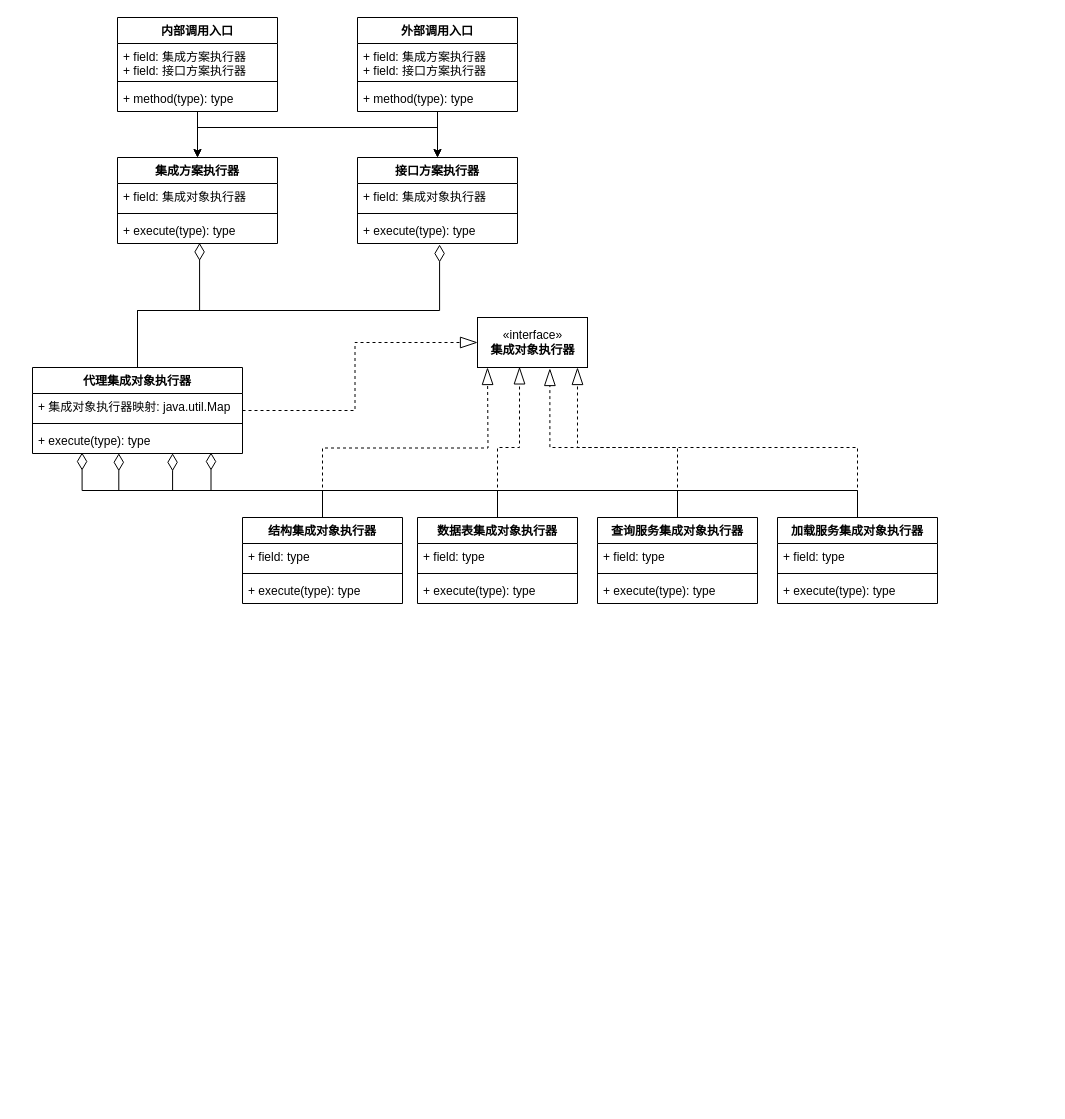
Above: Integration.drawio in Pyr0man1ac/draw.io (draw.io), before the change. Source tidied: cells renumbered, new cells numbered last; positions are measured from the earlier drawing's top-left corner, leaving out a move shared by most shapes. Both pictures are drawn from the tidied source at 100%, with x=0, y=0 at pixel (32, 17).
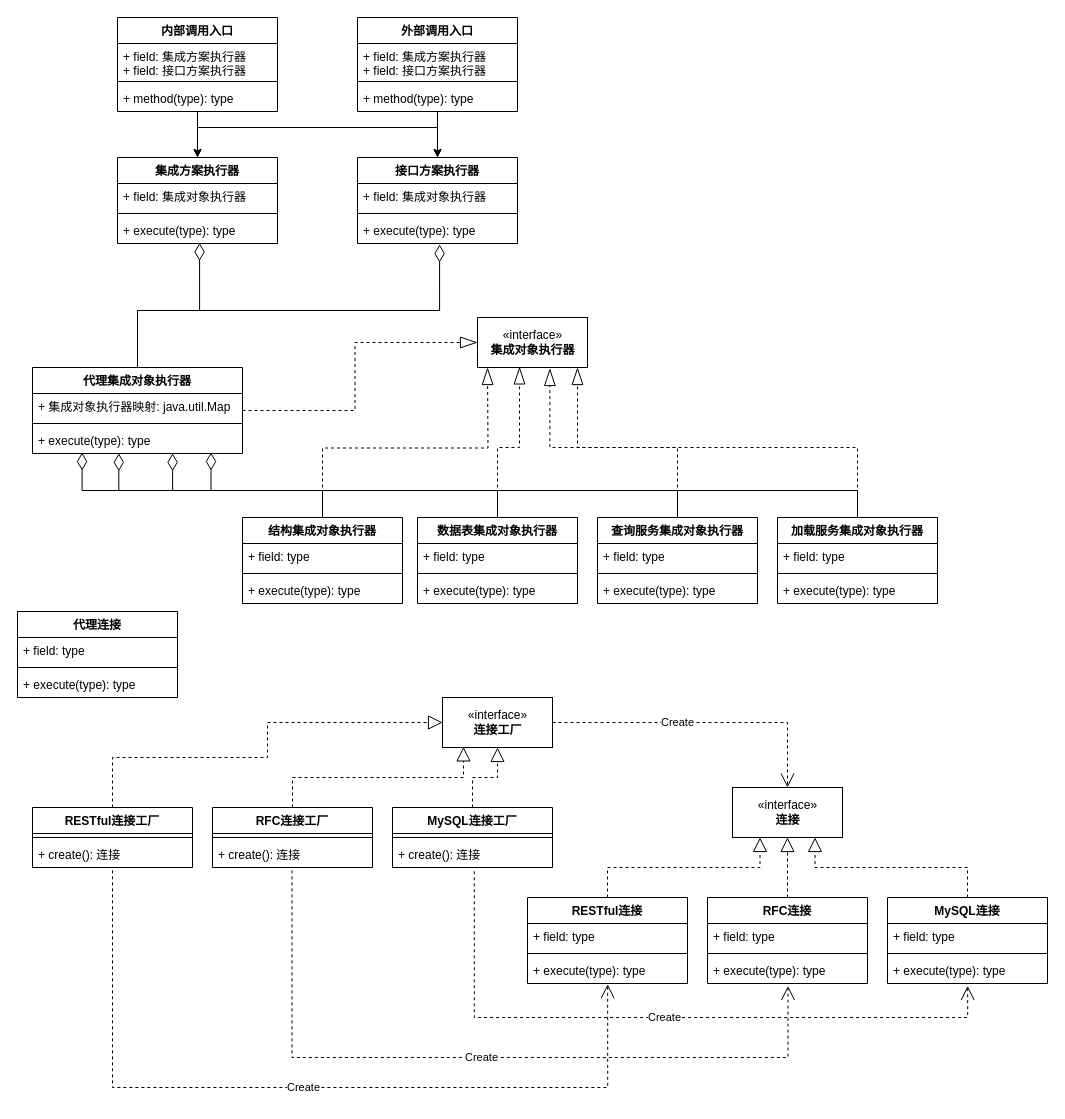
Above is the later version.

The edit, as a diff of the source:
```diff
@@
+    <mxCell id="54" value="«interface»&lt;br&gt;&lt;b&gt;连接工厂&lt;/b&gt;" style="html=1;" parent="1" vertex="1">
+      <mxGeometry x="410" y="680" width="110" height="50" as="geometry" />
+    </mxCell>
+    <mxCell id="55" value="«interface»&lt;br&gt;&lt;b&gt;连接&lt;/b&gt;" style="html=1;" parent="1" vertex="1">
+      <mxGeometry x="700" y="770" width="110" height="50" as="geometry" />
+    </mxCell>
+    <mxCell id="56" value="Create" style="endArrow=open;endSize=12;dashed=1;html=1;rounded=0;exitX=1;exitY=0.5;exitDx=0;exitDy=0;entryX=0.5;entryY=0;entryDx=0;entryDy=0;edgeStyle=orthogonalEdgeStyle;" parent="1" edge="1" source="54" target="55">
+      <mxGeometry x="-0.17" relative="1" as="geometry">
+        <Array as="points">
+          <mxPoint x="755" y="705" />
+        </Array>
+      </mxGeometry>
+    </mxCell>
+    <mxCell id="57" value="RESTful连接工厂" style="swimlane;fontStyle=1;align=center;verticalAlign=top;horizontal=1;startSize=26;" parent="1" vertex="1">
+      <mxGeometry y="790" width="160" height="60" as="geometry" />
+    </mxCell>
+    <mxCell id="58" style="line;strokeWidth=1;fillColor=none;align=left;verticalAlign=middle;spacingTop=-1;spacingLeft=3;spacingRight=3;labelPosition=right;" parent="57" vertex="1">
+      <mxGeometry y="26" width="160" height="8" as="geometry" />
+    </mxCell>
+    <mxCell id="59" value="+ create(): 连接" style="text;strokeColor=none;fillColor=none;align=left;verticalAlign=top;spacingLeft=4;spacingRight=4;overflow=hidden;points=[[0,0.5],[1,0.5]];portConstraint=eastwest;" parent="57" vertex="1">
+      <mxGeometry y="34" width="160" height="26" as="geometry" />
+    </mxCell>
+    <mxCell id="60" value="RFC连接工厂" style="swimlane;fontStyle=1;align=center;verticalAlign=top;horizontal=1;startSize=26;" parent="1" vertex="1">
+      <mxGeometry x="180" y="790" width="160" height="60" as="geometry" />
+    </mxCell>
+    <mxCell id="61" style="line;strokeWidth=1;fillColor=none;align=left;verticalAlign=middle;spacingTop=-1;spacingLeft=3;spacingRight=3;labelPosition=right;" parent="60" vertex="1">
+      <mxGeometry y="26" width="160" height="8" as="geometry" />
+    </mxCell>
+    <mxCell id="62" value="+ create(): 连接" style="text;strokeColor=none;fillColor=none;align=left;verticalAlign=top;spacingLeft=4;spacingRight=4;overflow=hidden;points=[[0,0.5],[1,0.5]];portConstraint=eastwest;" parent="60" vertex="1">
+      <mxGeometry y="34" width="160" height="26" as="geometry" />
+    </mxCell>
+    <mxCell id="63" value="MySQL连接工厂" style="swimlane;fontStyle=1;align=center;verticalAlign=top;horizontal=1;startSize=26;" parent="1" vertex="1">
+      <mxGeometry x="360" y="790" width="160" height="60" as="geometry" />
+    </mxCell>
+    <mxCell id="64" style="line;strokeWidth=1;fillColor=none;align=left;verticalAlign=middle;spacingTop=-1;spacingLeft=3;spacingRight=3;labelPosition=right;" parent="63" vertex="1">
+      <mxGeometry y="26" width="160" height="8" as="geometry" />
+    </mxCell>
+    <mxCell id="65" value="+ create(): 连接" style="text;strokeColor=none;fillColor=none;align=left;verticalAlign=top;spacingLeft=4;spacingRight=4;overflow=hidden;points=[[0,0.5],[1,0.5]];portConstraint=eastwest;" parent="63" vertex="1">
+      <mxGeometry y="34" width="160" height="26" as="geometry" />
+    </mxCell>
+    <mxCell id="66" value="RESTful连接" style="swimlane;fontStyle=1;align=center;verticalAlign=top;horizontal=1;startSize=26;" parent="1" vertex="1">
+      <mxGeometry x="495" y="880" width="160" height="86" as="geometry" />
+    </mxCell>
+    <mxCell id="67" value="+ field: type" style="text;strokeColor=none;fillColor=none;align=left;verticalAlign=top;spacingLeft=4;spacingRight=4;overflow=hidden;" parent="66" vertex="1">
+      <mxGeometry y="26" width="160" height="26" as="geometry" />
+    </mxCell>
+    <mxCell id="68" style="line;strokeWidth=1;fillColor=none;align=left;verticalAlign=middle;spacingTop=-1;spacingLeft=3;spacingRight=3;labelPosition=right;" parent="66" vertex="1">
+      <mxGeometry y="52" width="160" height="8" as="geometry" />
+    </mxCell>
+    <mxCell id="69" value="+ execute(type): type" style="text;strokeColor=none;fillColor=none;align=left;verticalAlign=top;spacingLeft=4;spacingRight=4;overflow=hidden;points=[[0,0.5],[1,0.5]];portConstraint=eastwest;" parent="66" vertex="1">
+      <mxGeometry y="60" width="160" height="26" as="geometry" />
+    </mxCell>
+    <mxCell id="70" value="RFC连接" style="swimlane;fontStyle=1;align=center;verticalAlign=top;horizontal=1;startSize=26;" parent="1" vertex="1">
+      <mxGeometry x="675" y="880" width="160" height="86" as="geometry" />
+    </mxCell>
+    <mxCell id="71" value="+ field: type" style="text;strokeColor=none;fillColor=none;align=left;verticalAlign=top;spacingLeft=4;spacingRight=4;overflow=hidden;" parent="70" vertex="1">
+      <mxGeometry y="26" width="160" height="26" as="geometry" />
+    </mxCell>
+    <mxCell id="72" style="line;strokeWidth=1;fillColor=none;align=left;verticalAlign=middle;spacingTop=-1;spacingLeft=3;spacingRight=3;labelPosition=right;" parent="70" vertex="1">
+      <mxGeometry y="52" width="160" height="8" as="geometry" />
+    </mxCell>
+    <mxCell id="73" value="+ execute(type): type" style="text;strokeColor=none;fillColor=none;align=left;verticalAlign=top;spacingLeft=4;spacingRight=4;overflow=hidden;points=[[0,0.5],[1,0.5]];portConstraint=eastwest;" parent="70" vertex="1">
+      <mxGeometry y="60" width="160" height="26" as="geometry" />
+    </mxCell>
+    <mxCell id="74" value="MySQL连接" style="swimlane;fontStyle=1;align=center;verticalAlign=top;horizontal=1;startSize=26;" parent="1" vertex="1">
+      <mxGeometry x="855" y="880" width="160" height="86" as="geometry" />
+    </mxCell>
+    <mxCell id="75" value="+ field: type" style="text;strokeColor=none;fillColor=none;align=left;verticalAlign=top;spacingLeft=4;spacingRight=4;overflow=hidden;" parent="74" vertex="1">
+      <mxGeometry y="26" width="160" height="26" as="geometry" />
+    </mxCell>
+    <mxCell id="76" style="line;strokeWidth=1;fillColor=none;align=left;verticalAlign=middle;spacingTop=-1;spacingLeft=3;spacingRight=3;labelPosition=right;" parent="74" vertex="1">
+      <mxGeometry y="52" width="160" height="8" as="geometry" />
+    </mxCell>
+    <mxCell id="77" value="+ execute(type): type" style="text;strokeColor=none;fillColor=none;align=left;verticalAlign=top;spacingLeft=4;spacingRight=4;overflow=hidden;points=[[0,0.5],[1,0.5]];portConstraint=eastwest;" parent="74" vertex="1">
+      <mxGeometry y="60" width="160" height="26" as="geometry" />
+    </mxCell>
+    <mxCell id="78" style="endArrow=block;dashed=1;endFill=0;endSize=12;html=1;rounded=0;exitX=0.5;exitY=0;exitDx=0;exitDy=0;entryX=0;entryY=0.5;entryDx=0;entryDy=0;edgeStyle=orthogonalEdgeStyle;" parent="1" edge="1" source="57" target="54">
+      <mxGeometry relative="1" as="geometry">
+        <Array as="points">
+          <mxPoint x="80" y="740" />
+          <mxPoint x="235" y="740" />
+          <mxPoint x="235" y="705" />
+        </Array>
+      </mxGeometry>
+    </mxCell>
+    <mxCell id="79" style="endArrow=block;dashed=1;endFill=0;endSize=12;html=1;rounded=0;exitX=0.5;exitY=0;exitDx=0;exitDy=0;entryX=0.191;entryY=0.988;entryDx=0;entryDy=0;edgeStyle=orthogonalEdgeStyle;entryPerimeter=0;" parent="1" edge="1" source="60" target="54">
+      <mxGeometry relative="1" as="geometry" />
+    </mxCell>
+    <mxCell id="80" style="endArrow=block;dashed=1;endFill=0;endSize=12;html=1;rounded=0;exitX=0.5;exitY=0;exitDx=0;exitDy=0;edgeStyle=orthogonalEdgeStyle;entryX=0.5;entryY=1;entryDx=0;entryDy=0;" parent="1" edge="1" source="63" target="54">
+      <mxGeometry relative="1" as="geometry" />
+    </mxCell>
+    <mxCell id="81" style="endArrow=block;dashed=1;endFill=0;endSize=12;html=1;rounded=0;exitX=0.5;exitY=0;exitDx=0;exitDy=0;entryX=0.25;entryY=1;entryDx=0;entryDy=0;edgeStyle=orthogonalEdgeStyle;" parent="1" edge="1" source="66" target="55">
+      <mxGeometry relative="1" as="geometry" />
+    </mxCell>
+    <mxCell id="82" style="endArrow=block;dashed=1;endFill=0;endSize=12;html=1;rounded=0;exitX=0.5;exitY=0;exitDx=0;exitDy=0;entryX=0.5;entryY=1;entryDx=0;entryDy=0;edgeStyle=orthogonalEdgeStyle;" parent="1" edge="1" source="70" target="55">
+      <mxGeometry relative="1" as="geometry" />
+    </mxCell>
+    <mxCell id="83" style="endArrow=block;dashed=1;endFill=0;endSize=12;html=1;rounded=0;exitX=0.5;exitY=0;exitDx=0;exitDy=0;entryX=0.75;entryY=1;entryDx=0;entryDy=0;edgeStyle=orthogonalEdgeStyle;" parent="1" edge="1" source="74" target="55">
+      <mxGeometry relative="1" as="geometry" />
+    </mxCell>
+    <mxCell id="84" value="Create" style="endArrow=open;endSize=12;dashed=1;html=1;rounded=0;exitX=0.511;exitY=1.145;exitDx=0;exitDy=0;exitPerimeter=0;entryX=0.501;entryY=1.094;entryDx=0;entryDy=0;entryPerimeter=0;edgeStyle=orthogonalEdgeStyle;" parent="1" edge="1" source="65" target="77">
+      <mxGeometry relative="1" as="geometry">
+        <Array as="points">
+          <mxPoint x="442" y="1000" />
+          <mxPoint x="935" y="1000" />
+        </Array>
+      </mxGeometry>
+    </mxCell>
+    <mxCell id="85" value="Create" style="endArrow=open;endSize=12;dashed=1;html=1;rounded=0;exitX=0.497;exitY=1.111;exitDx=0;exitDy=0;exitPerimeter=0;entryX=0.503;entryY=1.094;entryDx=0;entryDy=0;entryPerimeter=0;edgeStyle=orthogonalEdgeStyle;" parent="1" edge="1" source="62" target="73">
+      <mxGeometry relative="1" as="geometry">
+        <Array as="points">
+          <mxPoint x="260" y="1040" />
+          <mxPoint x="756" y="1040" />
+        </Array>
+      </mxGeometry>
+    </mxCell>
+    <mxCell id="86" value="Create" style="endArrow=open;endSize=12;dashed=1;html=1;rounded=0;exitX=0.5;exitY=1.111;exitDx=0;exitDy=0;exitPerimeter=0;entryX=0.501;entryY=1.026;entryDx=0;entryDy=0;entryPerimeter=0;edgeStyle=orthogonalEdgeStyle;" parent="1" edge="1" source="59" target="69">
+      <mxGeometry relative="1" as="geometry">
+        <Array as="points">
+          <mxPoint x="80" y="1070" />
+          <mxPoint x="575" y="1070" />
+        </Array>
+      </mxGeometry>
+    </mxCell>
+    <mxCell id="87" value="代理连接" style="swimlane;fontStyle=1;align=center;verticalAlign=top;horizontal=1;startSize=26;" parent="1" vertex="1">
+      <mxGeometry x="-15" y="594" width="160" height="86" as="geometry" />
+    </mxCell>
+    <mxCell id="88" value="+ field: type" style="text;strokeColor=none;fillColor=none;align=left;verticalAlign=top;spacingLeft=4;spacingRight=4;overflow=hidden;" parent="87" vertex="1">
+      <mxGeometry y="26" width="160" height="26" as="geometry" />
+    </mxCell>
+    <mxCell id="89" style="line;strokeWidth=1;fillColor=none;align=left;verticalAlign=middle;spacingTop=-1;spacingLeft=3;spacingRight=3;labelPosition=right;" parent="87" vertex="1">
+      <mxGeometry y="52" width="160" height="8" as="geometry" />
+    </mxCell>
+    <mxCell id="90" value="+ execute(type): type" style="text;strokeColor=none;fillColor=none;align=left;verticalAlign=top;spacingLeft=4;spacingRight=4;overflow=hidden;" parent="87" vertex="1">
+      <mxGeometry y="60" width="160" height="26" as="geometry" />
+    </mxCell>
```
